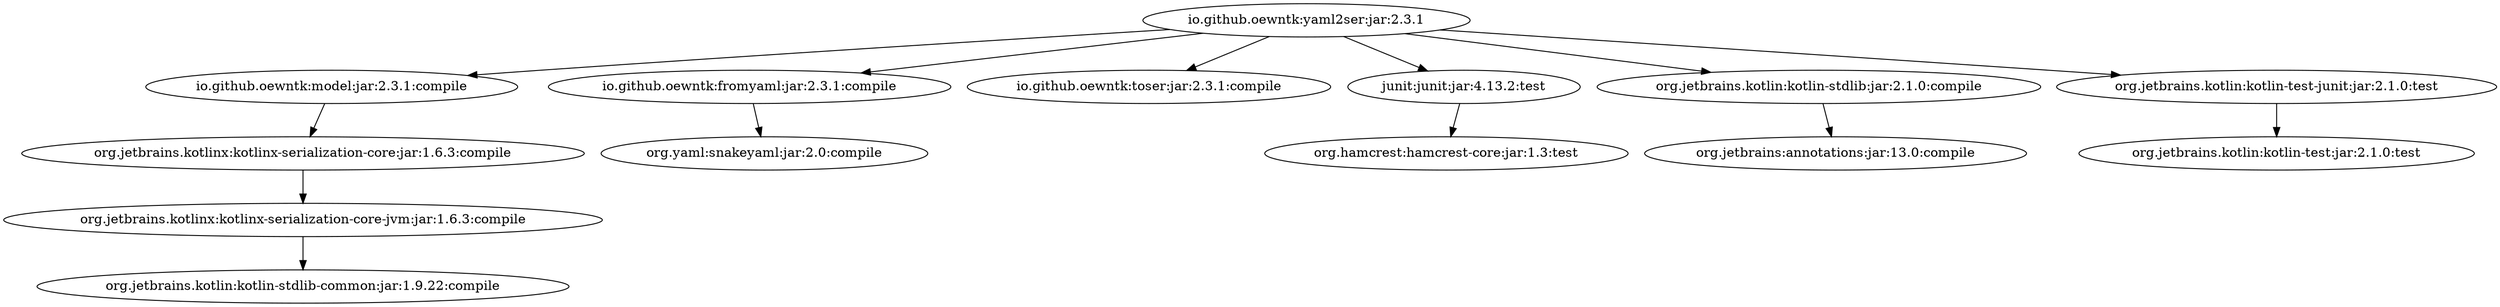
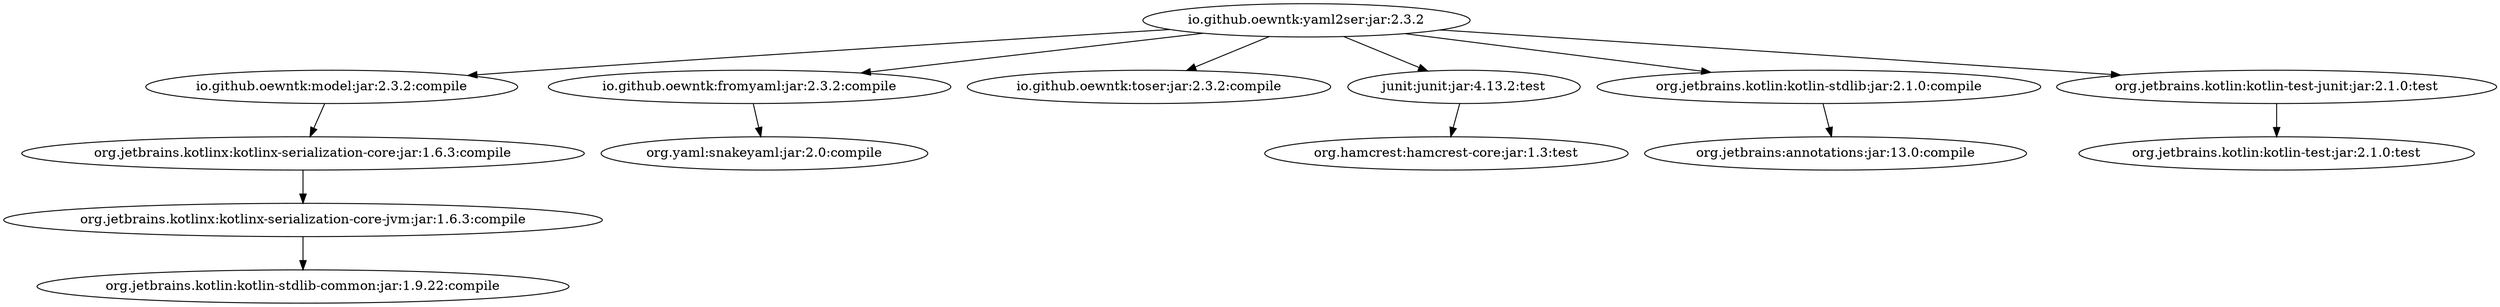
- digraph "io.github.oewntk:yaml2ser:jar:2.3.1" {
- 	"io.github.oewntk:yaml2ser:jar:2.3.1" -> "io.github.oewntk:model:jar:2.3.1:compile" ;
- 	"io.github.oewntk:yaml2ser:jar:2.3.1" -> "io.github.oewntk:fromyaml:jar:2.3.1:compile" ;
- 	"io.github.oewntk:yaml2ser:jar:2.3.1" -> "io.github.oewntk:toser:jar:2.3.1:compile" ;
- 	"io.github.oewntk:yaml2ser:jar:2.3.1" -> "junit:junit:jar:4.13.2:test" ;
- 	"io.github.oewntk:yaml2ser:jar:2.3.1" -> "org.jetbrains.kotlin:kotlin-stdlib:jar:2.1.0:compile" ;
- 	"io.github.oewntk:yaml2ser:jar:2.3.1" -> "org.jetbrains.kotlin:kotlin-test-junit:jar:2.1.0:test" ;
- 	"io.github.oewntk:model:jar:2.3.1:compile" -> "org.jetbrains.kotlinx:kotlinx-serialization-core:jar:1.6.3:compile" ;
+ digraph "io.github.oewntk:yaml2ser:jar:2.3.2" {
+ 	"io.github.oewntk:yaml2ser:jar:2.3.2" -> "io.github.oewntk:model:jar:2.3.2:compile" ;
+ 	"io.github.oewntk:yaml2ser:jar:2.3.2" -> "io.github.oewntk:fromyaml:jar:2.3.2:compile" ;
+ 	"io.github.oewntk:yaml2ser:jar:2.3.2" -> "io.github.oewntk:toser:jar:2.3.2:compile" ;
+ 	"io.github.oewntk:yaml2ser:jar:2.3.2" -> "junit:junit:jar:4.13.2:test" ;
+ 	"io.github.oewntk:yaml2ser:jar:2.3.2" -> "org.jetbrains.kotlin:kotlin-stdlib:jar:2.1.0:compile" ;
+ 	"io.github.oewntk:yaml2ser:jar:2.3.2" -> "org.jetbrains.kotlin:kotlin-test-junit:jar:2.1.0:test" ;
+ 	"io.github.oewntk:model:jar:2.3.2:compile" -> "org.jetbrains.kotlinx:kotlinx-serialization-core:jar:1.6.3:compile" ;
	"org.jetbrains.kotlinx:kotlinx-serialization-core:jar:1.6.3:compile" -> "org.jetbrains.kotlinx:kotlinx-serialization-core-jvm:jar:1.6.3:compile" ;
	"org.jetbrains.kotlinx:kotlinx-serialization-core-jvm:jar:1.6.3:compile" -> "org.jetbrains.kotlin:kotlin-stdlib-common:jar:1.9.22:compile" ;
- 	"io.github.oewntk:fromyaml:jar:2.3.1:compile" -> "org.yaml:snakeyaml:jar:2.0:compile" ;
+ 	"io.github.oewntk:fromyaml:jar:2.3.2:compile" -> "org.yaml:snakeyaml:jar:2.0:compile" ;
	"junit:junit:jar:4.13.2:test" -> "org.hamcrest:hamcrest-core:jar:1.3:test" ;
	"org.jetbrains.kotlin:kotlin-stdlib:jar:2.1.0:compile" -> "org.jetbrains:annotations:jar:13.0:compile" ;
	"org.jetbrains.kotlin:kotlin-test-junit:jar:2.1.0:test" -> "org.jetbrains.kotlin:kotlin-test:jar:2.1.0:test" ;
 }